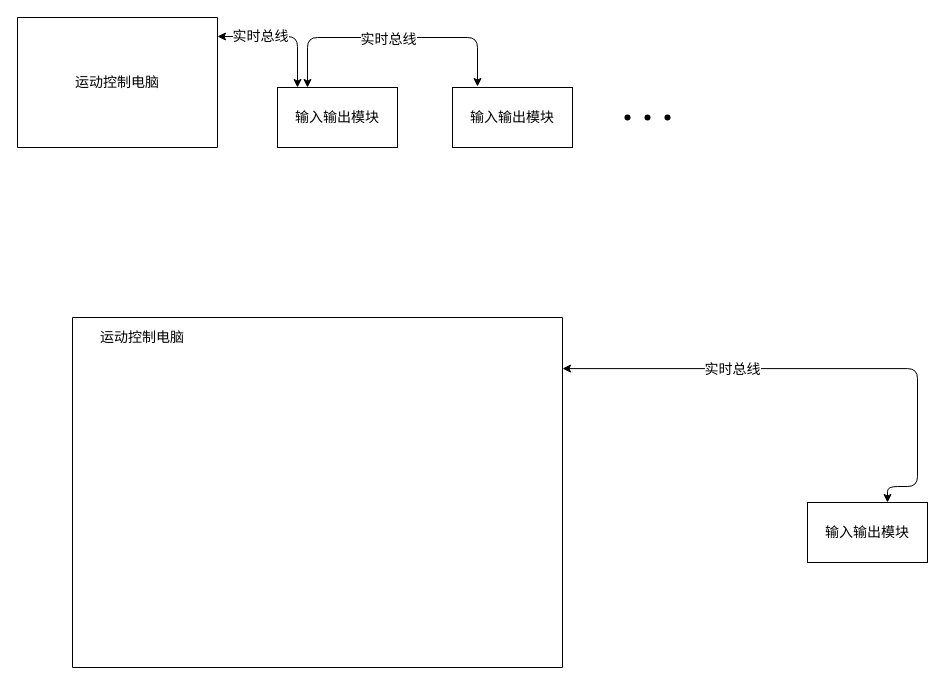
The draw.io diagram patent/drawing/Untitled Diagram.drawio in leeywin/work, before the edit. Source tidied: cells renumbered, new cells numbered last; positions are measured from the earlier drawing's top-left corner, leaving out a move shared by most shapes. Both pictures are drawn from the tidied source at 100%, with x=0, y=0 at pixel (17, 17).
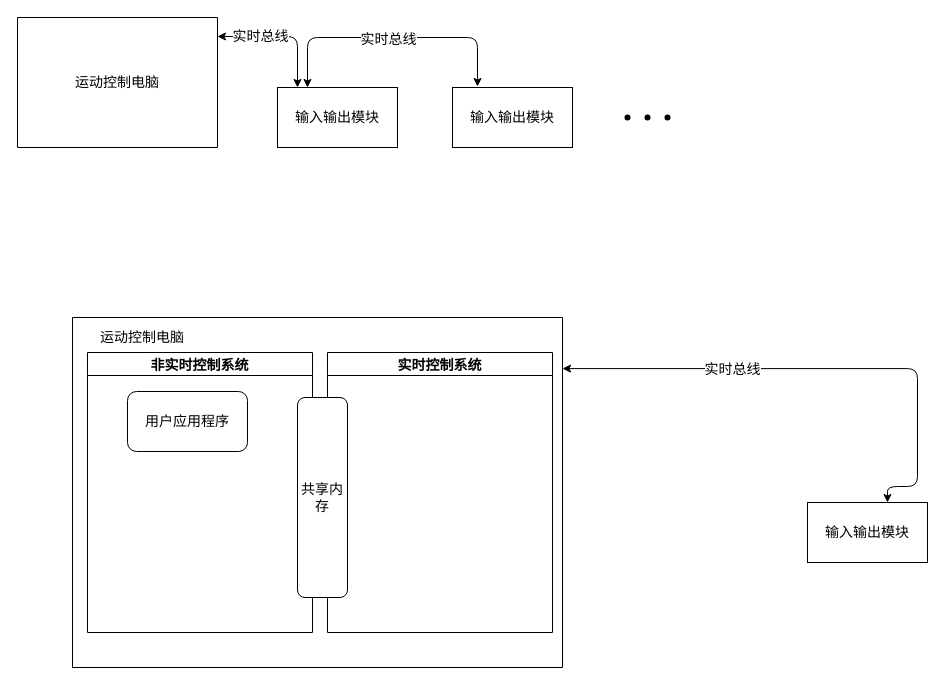
Above is the later version.

The change refers to these unchanged cells:
```xml
<mxCell id="14" style="swimlane;startSize=0;" parent="13" vertex="1">
  <mxGeometry x="55" y="300" width="490" height="350" as="geometry" />
</mxCell>
```

What changed in the source:
```diff
@@
+    <mxCell id="19" value="非实时控制系统" style="swimlane;fontSize=14;" parent="14" vertex="1">
+      <mxGeometry x="15" y="35" width="225" height="280" as="geometry" />
+    </mxCell>
+    <mxCell id="20" value="用户应用程序" style="rounded=1;whiteSpace=wrap;html=1;fontSize=14;" parent="19" vertex="1">
+      <mxGeometry x="40" y="39" width="120" height="60" as="geometry" />
+    </mxCell>
@@
+    <mxCell id="21" value="实时控制系统" style="swimlane;fontSize=14;" parent="13" vertex="1">
+      <mxGeometry x="310" y="335" width="225" height="280" as="geometry" />
+    </mxCell>
+    <mxCell id="22" value="共享内存" style="rounded=1;whiteSpace=wrap;html=1;fontSize=14;" parent="13" vertex="1">
+      <mxGeometry x="280" y="380" width="50" height="200" as="geometry" />
+    </mxCell>
```
